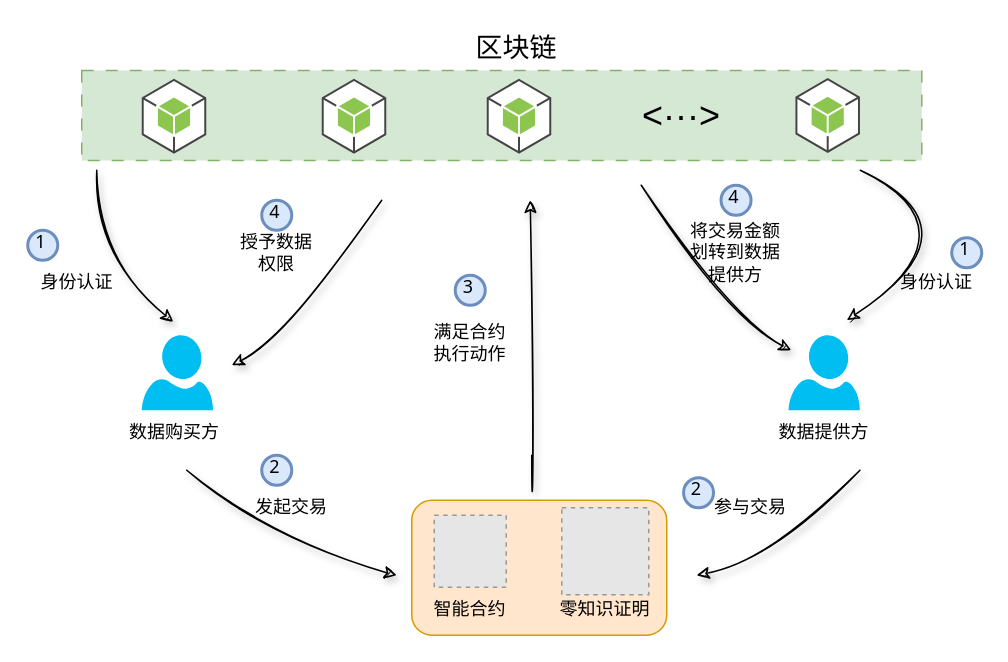
raingnight/Blog_Pic keeps this draw.io diagram as page "第 2 页" (2 of 2) of drawio/blockchain.drawio. Above is the earlier version. Source tidied: cells renumbered, new cells numbered last; positions are measured from the earlier drawing's top-left corner, leaving out a move shared by most shapes. Both pictures are drawn from the tidied source at 150%, with x=0, y=0 at pixel (27, 26). Pictures stored in the file or linked from it are replaced by grey dashed boxes.
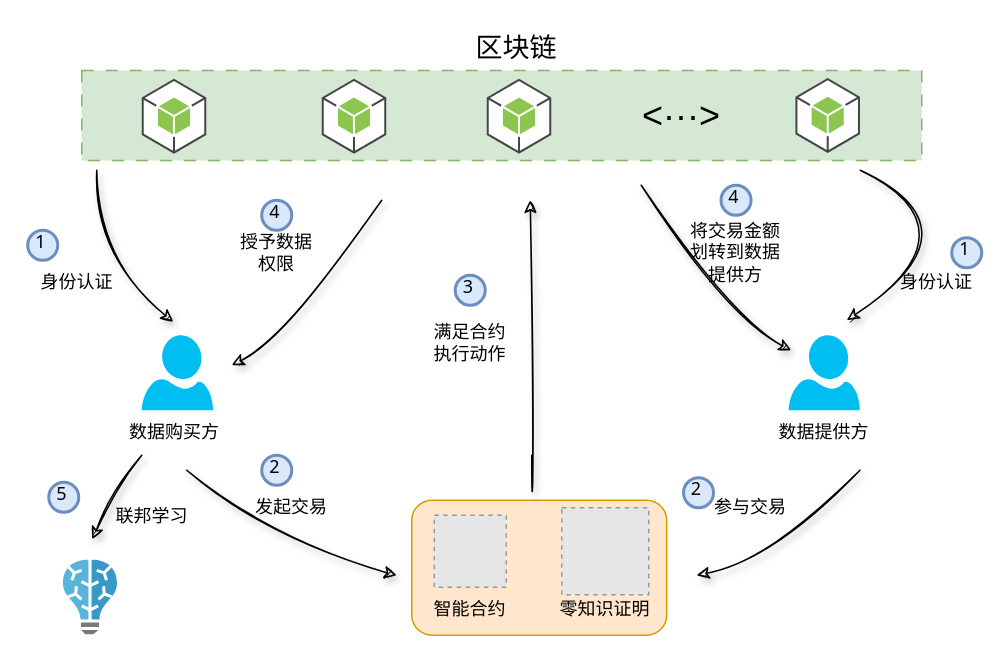
The same diagram, later.

What changed in the source:
```diff
@@
+    <mxCell id="39" style="sketch=0;html=1;align=center;image;fontSize=12;image=img/lib/mscae/Batch_AI.svg;" parent="1" vertex="1">
+      <mxGeometry x="24" y="356" width="36" height="50" as="geometry" />
+    </mxCell>
+    <mxCell id="40" style="edgeStyle=none;sketch=1;orthogonalLoop=1;jettySize=auto;html=1;shadow=1;strokeColor=#000000;fontFamily=Helvetica;fontSize=12;fontColor=#000000;curved=1;" parent="1" edge="1">
+      <mxGeometry relative="1" as="geometry">
+        <mxPoint x="76" y="286" as="sourcePoint" />
+        <mxPoint x="43" y="342" as="targetPoint" />
+        <Array as="points">
+          <mxPoint x="59" y="307" />
+        </Array>
+      </mxGeometry>
+    </mxCell>
+    <mxCell id="41" value="联邦学习" style="text;html=1;strokeColor=none;fillColor=none;align=center;verticalAlign=middle;whiteSpace=wrap;rounded=0;" parent="1" vertex="1">
+      <mxGeometry x="53" y="312" width="60" height="30" as="geometry" />
+    </mxCell>
+    <mxCell id="42" value="5" style="ellipse;whiteSpace=wrap;html=1;strokeWidth=2;fontFamily=Tahoma;spacingBottom=4;spacingRight=2;strokeColor=#6c8ebf;fillColor=#dae8fc;" parent="1" vertex="1">
+      <mxGeometry x="14" y="304" width="20" height="20" as="geometry" />
+    </mxCell>
```
